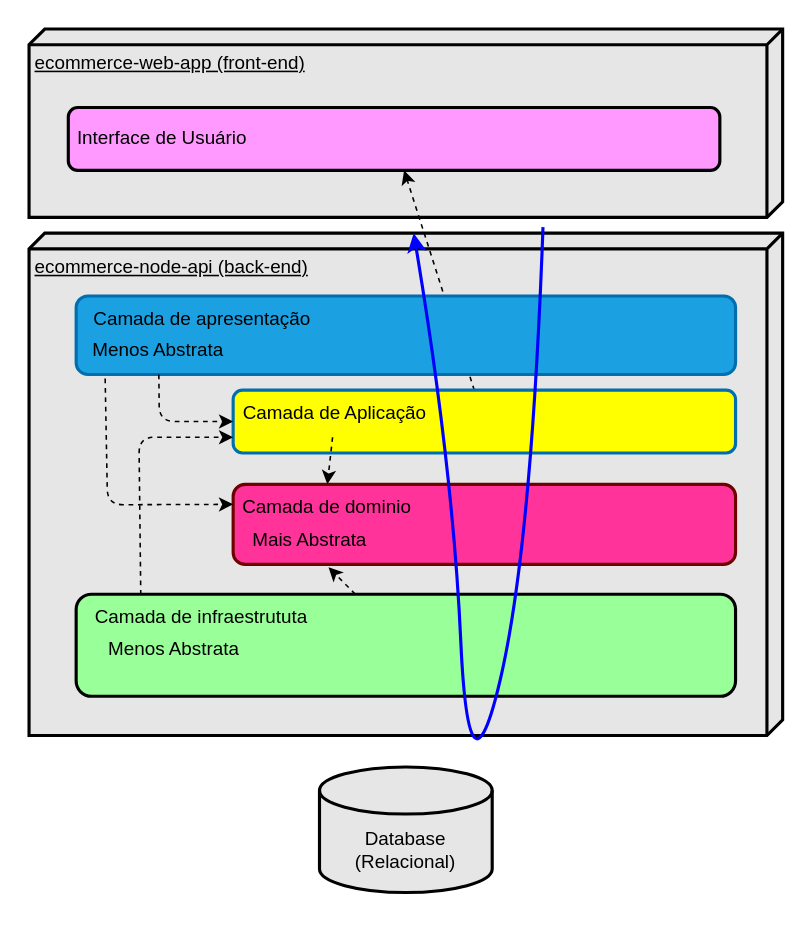
Earlier version of the draw.io diagram page "Arquitetura em Camadas" (1 of 2) of requirements/ecommerce-arquitetura.drawio (EvilazioNeto/ecommerce-node-api). Source tidied: cells renumbered, new cells numbered last; positions are measured from the earlier drawing's top-left corner, leaving out a move shared by most shapes. Both pictures are drawn from the tidied source at 157%, with x=0, y=0 at pixel (28, 28).
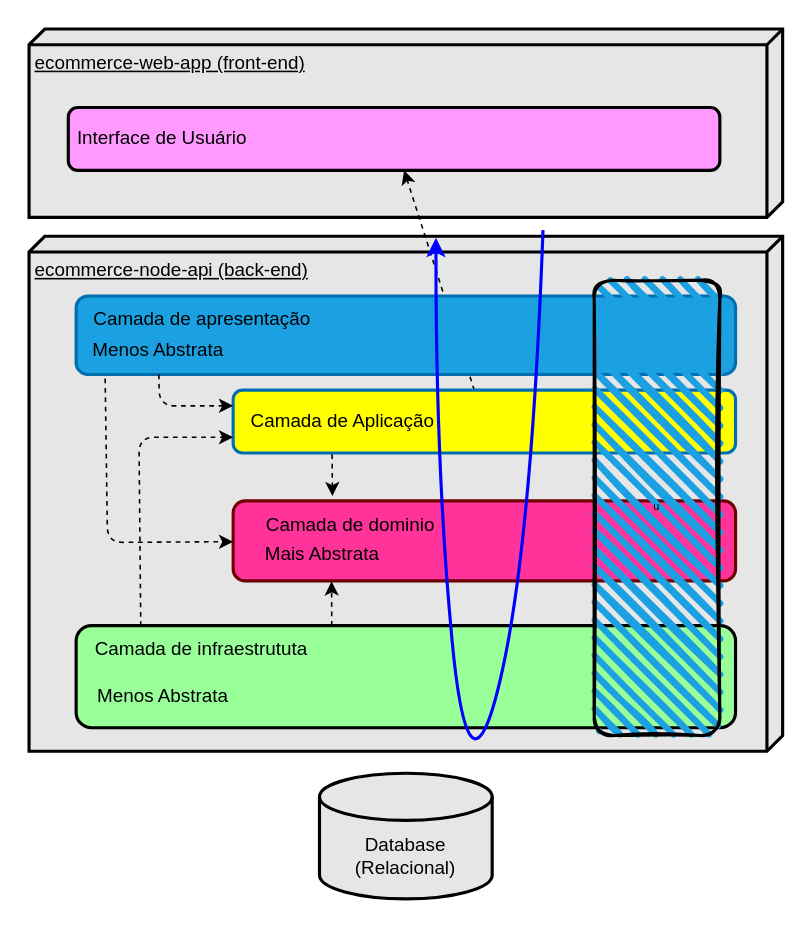
The same page after the edit.

Commit message:
Parte-15-arquitetura-hexagonal

Unchanged cells that the change refers to:
```xml
<mxCell id="8" value="&lt;div style=&quot;&quot;&gt;&lt;br&gt;&lt;/div&gt;" style="rounded=1;whiteSpace=wrap;html=1;strokeWidth=2;align=center;fillColor=#FFFF00;fontColor=#ffffff;strokeColor=#006EAF;points=[[0,0,0,0,0],[0,0.25,0,0,0],[0,0.5,0,0,0],[0,0.75,0,0,0],[0,1,0,0,0],[0.09,1,0,0,0],[0.25,0,0,0,0],[0.5,0,0,0,0],[0.5,1,0,0,0],[0.75,0,0,0,0],[0.75,1,0,0,0],[1,0,0,0,0],[1,0.25,0,0,0],[1,0.5,0,0,0],[1,0.75,0,0,0],[1,1,0,0,0]];" parent="1" vertex="1">
  <mxGeometry x="130" y="230" width="320" height="40" as="geometry" />
</mxCell>
<mxCell id="18" value="&lt;div style=&quot;&quot;&gt;&lt;br&gt;&lt;/div&gt;" style="rounded=1;whiteSpace=wrap;html=1;strokeWidth=2;align=center;fillColor=#1ba1e2;fontColor=#ffffff;strokeColor=#006EAF;points=[[0,0,0,0,0],[0,0.26,0,0,0],[0,0.5,0,0,0],[0,0.74,0,0,0],[0,1,0,0,0],[0.05,0.88,0,0,0],[0.11,1,0,0,0],[0.25,0,0,0,0],[0.5,0,0,0,0],[0.75,0,0,0,0],[0.75,1,0,0,0],[1,0,0,0,0],[1,0.26,0,0,0],[1,0.5,0,0,0],[1,0.76,0,0,0],[1,1,0,0,0]];" parent="1" vertex="1">
  <mxGeometry x="30" y="170" width="420" height="50" as="geometry" />
</mxCell>
<mxCell id="23" value="Menos Abstrata" style="text;html=1;strokeColor=none;fillColor=none;align=center;verticalAlign=middle;whiteSpace=wrap;rounded=0;fontColor=#000000;" parent="1" vertex="1">
  <mxGeometry x="20" y="190" width="125" height="30" as="geometry" />
</mxCell>
```

Diff of the diagram source:
```diff
@@
     <mxCell id="2" value="&lt;font color=&quot;#000000&quot;&gt;ecommerce-node-api (back-end)&lt;/font&gt;" style="verticalAlign=top;align=left;spacingTop=8;spacingLeft=2;spacingRight=12;shape=cube;size=10;direction=south;fontStyle=4;html=1;strokeWidth=2;fillColor=#E6E6E6;" parent="1" vertex="1">
-      <mxGeometry y="130" width="480" height="320" as="geometry" />
+      <mxGeometry y="132" width="480" height="328" as="geometry" />
     </mxCell>
@@
     <mxCell id="4" value="&lt;font color=&quot;#000000&quot;&gt;Database (Relacional)&lt;/font&gt;" style="shape=cylinder3;whiteSpace=wrap;html=1;boundedLbl=1;backgroundOutline=1;size=15;strokeWidth=2;fillColor=#E6E6E6;" parent="1" vertex="1">
-      <mxGeometry x="185" y="470" width="110" height="80" as="geometry" />
+      <mxGeometry x="185" y="474" width="110" height="80" as="geometry" />
     </mxCell>
     <mxCell id="5" value="&lt;div style=&quot;&quot;&gt;&lt;br&gt;&lt;/div&gt;" style="rounded=1;whiteSpace=wrap;html=1;strokeWidth=2;align=center;fillColor=#FF3399;fontColor=#ffffff;strokeColor=#6F0000;points=[[0,0,0,0,0],[0,0.25,0,0,0],[0,0.51,0,0,0],[0,0.75,0,0,0],[0,1,0,0,0],[0.1,0,0,0,0],[0.25,1,0,0,0],[0.5,0,0,0,0],[0.5,1,0,0,0],[0.75,0,0,0,0],[0.75,1,0,0,0],[1,0,0,0,0],[1,0.25,0,0,0],[1,0.51,0,0,0],[1,0.75,0,0,0],[1,1,0,0,0]];" parent="1" vertex="1">
-      <mxGeometry x="130" y="290" width="320" height="51" as="geometry" />
+      <mxGeometry x="130" y="300.5" width="320" height="51" as="geometry" />
     </mxCell>
     <mxCell id="6" value="&lt;font color=&quot;#000000&quot;&gt;Camada de dominio&lt;/font&gt;" style="text;html=1;strokeColor=none;fillColor=none;align=center;verticalAlign=middle;whiteSpace=wrap;rounded=0;strokeWidth=2;" parent="1" vertex="1">
-      <mxGeometry x="130" y="290" width="120" height="30" as="geometry" />
+      <mxGeometry x="145" y="300.5" width="120" height="30" as="geometry" />
     </mxCell>
@@
-    <mxCell id="9" style="edgeStyle=none;rounded=1;html=1;entryX=0.5;entryY=0;entryDx=0;entryDy=0;dashed=1;strokeColor=#000000;fontColor=#000000;" parent="1" edge="1" source="10" target="6">
+    <mxCell id="9" style="edgeStyle=none;rounded=1;html=1;entryX=0.402;entryY=-0.1;entryDx=0;entryDy=0;dashed=1;strokeColor=#000000;fontColor=#000000;exitX=0.197;exitY=1.021;exitDx=0;exitDy=0;exitPerimeter=0;entryPerimeter=0;" parent="1" edge="1" source="8" target="6">
       <mxGeometry relative="1" as="geometry" />
     </mxCell>
     <mxCell id="10" value="&lt;font color=&quot;#000000&quot;&gt;Camada de Aplicação&lt;/font&gt;" style="text;html=1;strokeColor=none;fillColor=none;align=center;verticalAlign=middle;whiteSpace=wrap;rounded=0;strokeWidth=2;" parent="1" vertex="1">
-      <mxGeometry x="130" y="230" width="130" height="30" as="geometry" />
+      <mxGeometry x="135" y="235" width="130" height="30" as="geometry" />
     </mxCell>
@@
-    <mxCell id="12" style="edgeStyle=none;rounded=1;html=1;entryX=0.623;entryY=1.059;entryDx=0;entryDy=0;entryPerimeter=0;dashed=1;strokeColor=#000000;fontColor=#000000;" parent="1" edge="1" source="13" target="17">
-      <mxGeometry relative="1" as="geometry" />
+    <mxCell id="12" style="edgeStyle=none;rounded=1;html=1;entryX=0.623;entryY=1.059;entryDx=0;entryDy=0;entryPerimeter=0;dashed=1;strokeColor=#000000;fontColor=#000000;exitX=0.402;exitY=0;exitDx=0;exitDy=0;exitPerimeter=0;" parent="1" edge="1">
+      <mxGeometry relative="1" as="geometry">
+        <mxPoint x="192.8" y="380" as="sourcePoint" />
+        <mxPoint x="192.7" y="351.8" as="targetPoint" />
+      </mxGeometry>
     </mxCell>
-    <mxCell id="13" value="&lt;div style=&quot;&quot;&gt;&lt;br&gt;&lt;/div&gt;" style="rounded=1;whiteSpace=wrap;html=1;strokeWidth=2;align=center;fillColor=#99FF99;points=[[0,0,0,0,0],[0,0.25,0,0,0],[0,0.51,0,0,0],[0,0.75,0,0,0],[0,1,0,0,0],[0.08,0,0,0,-5],[0.16,0,0,0,-5],[0.25,1,0,0,0],[0.47,0,0,0,0],[0.5,1,0,0,0],[0.75,1,0,0,0],[1,0,0,0,0],[1,0.25,0,0,0],[1,0.51,0,0,0],[1,0.75,0,0,0],[1,1,0,0,0]];" parent="1" vertex="1">
-      <mxGeometry x="30" y="360" width="420" height="65" as="geometry" />
+    <mxCell id="13" value="&lt;div style=&quot;&quot;&gt;&lt;br&gt;&lt;/div&gt;" style="rounded=1;whiteSpace=wrap;html=1;strokeWidth=2;align=center;fillColor=#99FF99;points=[[0,0,0,0,0],[0,0.25,0,0,0],[0,0.51,0,0,0],[0,0.75,0,0,0],[0,1,0,0,0],[0.08,0,0,0,-5],[0.16,0,0,0,-5],[0.25,1,0,0,0],[0.47,0,0,0,0],[0.5,1,0,0,0],[0.75,1,0,0,0],[1,0,0,0,0],[1,0.25,0,0,0],[1,0.51,0,0,0],[1,0.75,0,0,0],[1,1,0,0,0]];strokeColor=#000000;" parent="1" vertex="1">
+      <mxGeometry x="30" y="380" width="420" height="65" as="geometry" />
     </mxCell>
     <mxCell id="14" value="&lt;font color=&quot;#000000&quot;&gt;Camada de infraestrututa&lt;/font&gt;" style="text;html=1;strokeColor=none;fillColor=none;align=center;verticalAlign=middle;whiteSpace=wrap;rounded=0;strokeWidth=2;" parent="1" vertex="1">
-      <mxGeometry x="35" y="360" width="150" height="30" as="geometry" />
+      <mxGeometry x="35" y="380" width="150" height="30" as="geometry" />
     </mxCell>
@@
     <mxCell id="17" value="Mais Abstrata" style="text;html=1;strokeColor=none;fillColor=none;align=center;verticalAlign=middle;whiteSpace=wrap;rounded=0;fontColor=#000000;" parent="1" vertex="1">
-      <mxGeometry x="130" y="311" width="97.5" height="30" as="geometry" />
+      <mxGeometry x="138" y="320" width="97.5" height="30" as="geometry" />
     </mxCell>
@@
-    <mxCell id="19" style="edgeStyle=none;rounded=1;html=1;exitX=0.044;exitY=1.052;exitDx=0;exitDy=0;entryX=0;entryY=0.25;entryDx=0;entryDy=0;dashed=1;strokeColor=#000000;fontColor=#000000;exitPerimeter=0;" parent="1" edge="1" source="18" target="5">
+    <mxCell id="19" style="edgeStyle=none;rounded=1;html=1;exitX=0.044;exitY=1.052;exitDx=0;exitDy=0;entryX=0;entryY=0.51;entryDx=0;entryDy=0;dashed=1;strokeColor=#000000;fontColor=#000000;exitPerimeter=0;entryPerimeter=0;" parent="1" edge="1" source="18" target="5">
       <mxGeometry relative="1" as="geometry">
         <Array as="points">
-          <mxPoint x="50" y="303" />
+          <mxPoint x="50" y="327" />
         </Array>
       </mxGeometry>
     </mxCell>
@@
     <mxCell id="21" value="Menos Abstrata" style="text;html=1;strokeColor=none;fillColor=none;align=center;verticalAlign=middle;whiteSpace=wrap;rounded=0;fontColor=#000000;" parent="1" vertex="1">
-      <mxGeometry x="30" y="380" width="125" height="30" as="geometry" />
+      <mxGeometry x="22.5" y="410" width="125" height="30" as="geometry" />
     </mxCell>
-    <mxCell id="22" style="edgeStyle=none;html=1;entryX=0;entryY=0.5;entryDx=0;entryDy=0;fontColor=#000000;rounded=1;dashed=1;strokeColor=#000000;" parent="1" edge="1" source="23" target="8">
+    <mxCell id="22" style="edgeStyle=none;html=1;entryX=0;entryY=0.25;entryDx=0;entryDy=0;fontColor=#000000;rounded=1;dashed=1;strokeColor=#000000;entryPerimeter=0;" parent="1" edge="1" source="23" target="8">
       <mxGeometry relative="1" as="geometry">
         <Array as="points">
-          <mxPoint x="83" y="250" />
+          <mxPoint x="83" y="240" />
         </Array>
       </mxGeometry>
     </mxCell>
@@
-    <mxCell id="24" style="curved=1;endArrow=classic;html=1;rounded=1;strokeColor=#0000FF;fontColor=#000000;exitX=-0.012;exitY=0.318;exitDx=0;exitDy=0;exitPerimeter=0;strokeWidth=2;entryX=0;entryY=0;entryDx=0;entryDy=235;entryPerimeter=0;" parent="1" edge="1" source="2" target="2">
+    <mxCell id="24" style="curved=1;endArrow=classic;html=1;rounded=1;strokeColor=#0000FF;fontColor=#000000;exitX=-0.012;exitY=0.318;exitDx=0;exitDy=0;exitPerimeter=0;strokeWidth=2;entryX=0.003;entryY=0.46;entryDx=0;entryDy=0;entryPerimeter=0;" parent="1" edge="1" source="2" target="2">
       <mxGeometry relative="1" as="geometry">
         <Array as="points">
           <mxPoint x="320" y="330" />
           <mxPoint x="280" y="500" />
-          <mxPoint x="270" y="280" />
+          <mxPoint x="259" y="280" />
         </Array>
       </mxGeometry>
     </mxCell>
+    <mxCell id="25" value="u" style="rounded=1;whiteSpace=wrap;html=1;strokeWidth=2;fillWeight=4;hachureGap=8;hachureAngle=45;fillColor=#1ba1e2;sketch=1;shadow=0;strokeColor=#000000;fontSize=7;fontColor=#000000;" parent="1" vertex="1">
+      <mxGeometry x="360" y="160" width="80" height="290" as="geometry" />
+    </mxCell>
```
